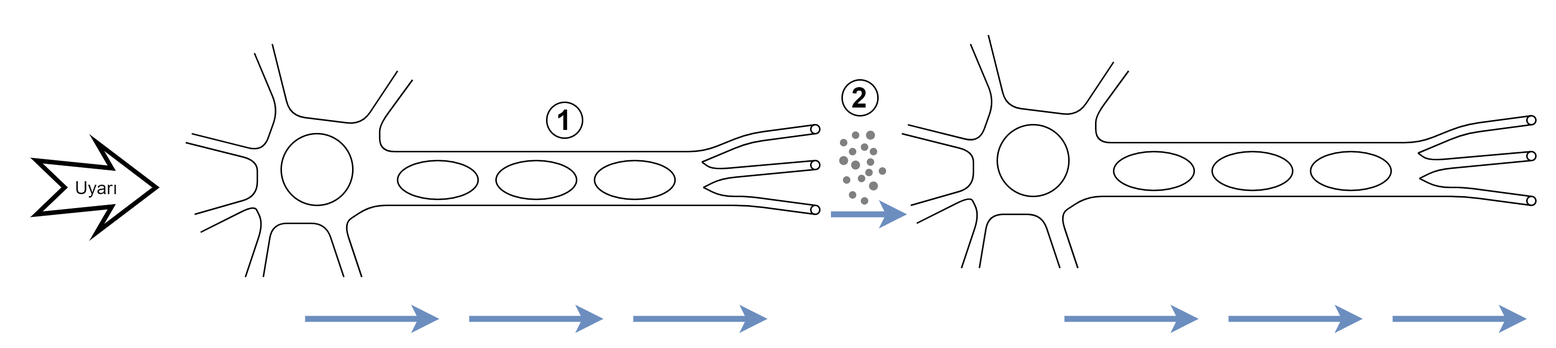
The draw.io diagram Markdown/1. Ünite/2 Denetleyici ve Düzenleyici Sistem, Duyu Organları/resources/sinir_hucresi(sinaptik_bosluk).png in NurettinSelim/Biology-Notes, before a commit. Source tidied: cells renumbered, new cells last; positions are measured from the earlier drawing's top-left corner, leaving out a move shared by most shapes. Its diagram source:
```xml
<mxGraphModel>
  <root>
    <mxCell id="0" />
    <mxCell id="1" parent="0" />
    <mxCell id="2" style="endArrow=none;html=1;" parent="1" edge="1">
      <mxGeometry relative="1" as="geometry">
        <mxPoint x="104" y="66" as="sourcePoint" />
        <mxPoint x="146" y="12" as="targetPoint" />
        <Array as="points">
          <mxPoint x="152" y="78" />
          <mxPoint x="162" y="50" />
        </Array>
      </mxGeometry>
    </mxCell>
    <mxCell id="3" style="endArrow=none;html=1;" parent="1" edge="1">
      <mxGeometry relative="1" as="geometry">
        <mxPoint x="242" y="24" as="sourcePoint" />
        <mxPoint x="158" y="6" as="targetPoint" />
        <Array as="points">
          <mxPoint x="218" y="60" />
          <mxPoint x="170" y="54" />
        </Array>
      </mxGeometry>
    </mxCell>
    <mxCell id="4" style="endArrow=none;html=1;" parent="1" edge="1">
      <mxGeometry relative="1" as="geometry">
        <mxPoint x="434" y="78" as="sourcePoint" />
        <mxPoint x="252" y="30" as="targetPoint" />
        <Array as="points">
          <mxPoint x="230" y="78" />
          <mxPoint x="230" y="60" />
        </Array>
      </mxGeometry>
    </mxCell>
    <mxCell id="5" style="endArrow=none;html=1;" parent="1" edge="1">
      <mxGeometry relative="1" as="geometry">
        <mxPoint x="106" y="120" as="sourcePoint" />
        <mxPoint x="100" y="72" as="targetPoint" />
        <Array as="points">
          <mxPoint x="148" y="108" />
          <mxPoint x="148" y="84" />
        </Array>
      </mxGeometry>
    </mxCell>
    <mxCell id="6" style="endArrow=none;html=1;" parent="1" edge="1">
      <mxGeometry relative="1" as="geometry">
        <mxPoint x="140" y="162" as="sourcePoint" />
        <mxPoint x="110" y="132" as="targetPoint" />
        <Array as="points">
          <mxPoint x="152" y="126" />
          <mxPoint x="146" y="114" />
        </Array>
      </mxGeometry>
    </mxCell>
    <mxCell id="7" style="endArrow=none;html=1;" parent="1" edge="1">
      <mxGeometry relative="1" as="geometry">
        <mxPoint x="206" y="162" as="sourcePoint" />
        <mxPoint x="152" y="162" as="targetPoint" />
        <Array as="points">
          <mxPoint x="194" y="126" />
          <mxPoint x="158" y="126" />
        </Array>
      </mxGeometry>
    </mxCell>
    <mxCell id="8" style="endArrow=none;html=1;" parent="1" edge="1">
      <mxGeometry relative="1" as="geometry">
        <mxPoint x="470" y="114" as="sourcePoint" />
        <mxPoint x="218" y="162" as="targetPoint" />
        <Array as="points">
          <mxPoint x="224" y="114" />
          <mxPoint x="206" y="126" />
        </Array>
      </mxGeometry>
    </mxCell>
    <mxCell id="9" style="ellipse;whiteSpace=wrap;html=1;fillColor=none;" parent="1" vertex="1">
      <mxGeometry x="164" y="66" width="48" height="48" as="geometry" />
    </mxCell>
    <mxCell id="10" style="ellipse;whiteSpace=wrap;html=1;fillColor=none;" parent="1" vertex="1">
      <mxGeometry x="242" y="84" width="54" height="26" as="geometry" />
    </mxCell>
    <mxCell id="11" style="ellipse;whiteSpace=wrap;html=1;fillColor=none;" parent="1" vertex="1">
      <mxGeometry x="308" y="84" width="54" height="26" as="geometry" />
    </mxCell>
    <mxCell id="12" style="ellipse;whiteSpace=wrap;html=1;fillColor=none;" parent="1" vertex="1">
      <mxGeometry x="374" y="84" width="54" height="26" as="geometry" />
    </mxCell>
    <mxCell id="13" style="endArrow=none;html=1;entryX=0.5;entryY=0;entryDx=0;entryDy=0;" parent="1" edge="1" target="21">
      <mxGeometry relative="1" as="geometry">
        <mxPoint x="418" y="78" as="sourcePoint" />
        <Array as="points">
          <mxPoint x="447" y="78" />
          <mxPoint x="477" y="66" />
        </Array>
      </mxGeometry>
    </mxCell>
    <mxCell id="14" style="endArrow=none;html=1;entryX=0.5;entryY=1;entryDx=0;entryDy=0;" parent="1" edge="1" target="21">
      <mxGeometry relative="1" as="geometry">
        <mxPoint x="446" y="85" as="sourcePoint" />
        <Array as="points">
          <mxPoint x="477" y="72" />
        </Array>
      </mxGeometry>
    </mxCell>
    <mxCell id="15" style="endArrow=none;html=1;entryX=0.5;entryY=0;entryDx=0;entryDy=0;" parent="1" edge="1" target="20">
      <mxGeometry relative="1" as="geometry">
        <mxPoint x="446" y="85" as="sourcePoint" />
        <Array as="points">
          <mxPoint x="453" y="90" />
        </Array>
      </mxGeometry>
    </mxCell>
    <mxCell id="16" style="endArrow=none;html=1;entryX=0.5;entryY=1;entryDx=0;entryDy=0;" parent="1" edge="1" target="20">
      <mxGeometry relative="1" as="geometry">
        <mxPoint x="447" y="102" as="sourcePoint" />
        <Array as="points">
          <mxPoint x="459" y="96" />
        </Array>
      </mxGeometry>
    </mxCell>
    <mxCell id="17" style="endArrow=none;html=1;entryX=0.5;entryY=1;entryDx=0;entryDy=0;" parent="1" edge="1" target="19">
      <mxGeometry relative="1" as="geometry">
        <mxPoint x="429" y="114" as="sourcePoint" />
        <Array as="points">
          <mxPoint x="447" y="114" />
          <mxPoint x="477" y="114" />
        </Array>
      </mxGeometry>
    </mxCell>
    <mxCell id="18" style="endArrow=none;html=1;entryX=0.5;entryY=0;entryDx=0;entryDy=0;" parent="1" edge="1" target="19">
      <mxGeometry relative="1" as="geometry">
        <mxPoint x="447" y="102" as="sourcePoint" />
        <Array as="points">
          <mxPoint x="459" y="108" />
          <mxPoint x="477" y="108" />
        </Array>
      </mxGeometry>
    </mxCell>
    <mxCell id="19" style="ellipse;whiteSpace=wrap;html=1;fillColor=none;" parent="1" vertex="1">
      <mxGeometry x="519" y="114" width="6" height="6" as="geometry" />
    </mxCell>
    <mxCell id="20" style="ellipse;whiteSpace=wrap;html=1;fillColor=none;" parent="1" vertex="1">
      <mxGeometry x="519" y="84" width="6" height="6" as="geometry" />
    </mxCell>
    <mxCell id="21" style="ellipse;whiteSpace=wrap;html=1;fillColor=none;" parent="1" vertex="1">
      <mxGeometry x="519" y="60" width="6" height="6" as="geometry" />
    </mxCell>
    <mxCell id="22" style="endArrow=none;html=1;" parent="1" edge="1">
      <mxGeometry relative="1" as="geometry">
        <mxPoint x="584" y="60" as="sourcePoint" />
        <mxPoint x="626" y="6" as="targetPoint" />
        <Array as="points">
          <mxPoint x="632" y="72" />
          <mxPoint x="642" y="44" />
        </Array>
      </mxGeometry>
    </mxCell>
    <mxCell id="23" style="endArrow=none;html=1;" parent="1" edge="1">
      <mxGeometry relative="1" as="geometry">
        <mxPoint x="722" y="18" as="sourcePoint" />
        <mxPoint x="638" as="targetPoint" />
        <Array as="points">
          <mxPoint x="698" y="54" />
          <mxPoint x="650" y="48" />
        </Array>
      </mxGeometry>
    </mxCell>
    <mxCell id="24" style="endArrow=none;html=1;" parent="1" edge="1">
      <mxGeometry relative="1" as="geometry">
        <mxPoint x="914" y="72" as="sourcePoint" />
        <mxPoint x="732" y="24" as="targetPoint" />
        <Array as="points">
          <mxPoint x="710" y="72" />
          <mxPoint x="710" y="54" />
        </Array>
      </mxGeometry>
    </mxCell>
    <mxCell id="25" style="endArrow=none;html=1;" parent="1" edge="1">
      <mxGeometry relative="1" as="geometry">
        <mxPoint x="586" y="114" as="sourcePoint" />
        <mxPoint x="580" y="66" as="targetPoint" />
        <Array as="points">
          <mxPoint x="628" y="102" />
          <mxPoint x="628" y="78" />
        </Array>
      </mxGeometry>
    </mxCell>
    <mxCell id="26" style="endArrow=none;html=1;" parent="1" edge="1">
      <mxGeometry relative="1" as="geometry">
        <mxPoint x="620" y="156" as="sourcePoint" />
        <mxPoint x="590" y="126" as="targetPoint" />
        <Array as="points">
          <mxPoint x="632" y="120" />
          <mxPoint x="626" y="108" />
        </Array>
      </mxGeometry>
    </mxCell>
    <mxCell id="27" style="endArrow=none;html=1;" parent="1" edge="1">
      <mxGeometry relative="1" as="geometry">
        <mxPoint x="686" y="156" as="sourcePoint" />
        <mxPoint x="632" y="156" as="targetPoint" />
        <Array as="points">
          <mxPoint x="674" y="120" />
          <mxPoint x="638" y="120" />
        </Array>
      </mxGeometry>
    </mxCell>
    <mxCell id="28" style="endArrow=none;html=1;" parent="1" edge="1">
      <mxGeometry relative="1" as="geometry">
        <mxPoint x="950" y="108" as="sourcePoint" />
        <mxPoint x="698" y="156" as="targetPoint" />
        <Array as="points">
          <mxPoint x="704" y="108" />
          <mxPoint x="686" y="120" />
        </Array>
      </mxGeometry>
    </mxCell>
    <mxCell id="29" style="ellipse;whiteSpace=wrap;html=1;fillColor=none;" parent="1" vertex="1">
      <mxGeometry x="644" y="60" width="48" height="48" as="geometry" />
    </mxCell>
    <mxCell id="30" style="ellipse;whiteSpace=wrap;html=1;fillColor=none;" parent="1" vertex="1">
      <mxGeometry x="722" y="78" width="54" height="26" as="geometry" />
    </mxCell>
    <mxCell id="31" style="ellipse;whiteSpace=wrap;html=1;fillColor=none;" parent="1" vertex="1">
      <mxGeometry x="788" y="78" width="54" height="26" as="geometry" />
    </mxCell>
    <mxCell id="32" style="ellipse;whiteSpace=wrap;html=1;fillColor=none;" parent="1" vertex="1">
      <mxGeometry x="854" y="78" width="54" height="26" as="geometry" />
    </mxCell>
    <mxCell id="33" style="endArrow=none;html=1;entryX=0.5;entryY=0;entryDx=0;entryDy=0;" parent="1" edge="1" target="41">
      <mxGeometry relative="1" as="geometry">
        <mxPoint x="898" y="72" as="sourcePoint" />
        <Array as="points">
          <mxPoint x="927" y="72" />
          <mxPoint x="957" y="60" />
        </Array>
      </mxGeometry>
    </mxCell>
    <mxCell id="34" style="endArrow=none;html=1;entryX=0.5;entryY=1;entryDx=0;entryDy=0;" parent="1" edge="1" target="41">
      <mxGeometry relative="1" as="geometry">
        <mxPoint x="926" y="79" as="sourcePoint" />
        <Array as="points">
          <mxPoint x="957" y="66" />
        </Array>
      </mxGeometry>
    </mxCell>
    <mxCell id="35" style="endArrow=none;html=1;entryX=0.5;entryY=0;entryDx=0;entryDy=0;" parent="1" edge="1" target="40">
      <mxGeometry relative="1" as="geometry">
        <mxPoint x="926" y="79" as="sourcePoint" />
        <Array as="points">
          <mxPoint x="933" y="84" />
        </Array>
      </mxGeometry>
    </mxCell>
    <mxCell id="36" style="endArrow=none;html=1;entryX=0.5;entryY=1;entryDx=0;entryDy=0;" parent="1" edge="1" target="40">
      <mxGeometry relative="1" as="geometry">
        <mxPoint x="927" y="96" as="sourcePoint" />
        <Array as="points">
          <mxPoint x="939" y="90" />
        </Array>
      </mxGeometry>
    </mxCell>
    <mxCell id="37" style="endArrow=none;html=1;entryX=0.5;entryY=1;entryDx=0;entryDy=0;" parent="1" edge="1" target="39">
      <mxGeometry relative="1" as="geometry">
        <mxPoint x="909" y="108" as="sourcePoint" />
        <Array as="points">
          <mxPoint x="927" y="108" />
          <mxPoint x="957" y="108" />
        </Array>
      </mxGeometry>
    </mxCell>
    <mxCell id="38" style="endArrow=none;html=1;entryX=0.5;entryY=0;entryDx=0;entryDy=0;" parent="1" edge="1" target="39">
      <mxGeometry relative="1" as="geometry">
        <mxPoint x="927" y="96" as="sourcePoint" />
        <Array as="points">
          <mxPoint x="939" y="102" />
          <mxPoint x="957" y="102" />
        </Array>
      </mxGeometry>
    </mxCell>
    <mxCell id="39" style="ellipse;whiteSpace=wrap;html=1;fillColor=none;" parent="1" vertex="1">
      <mxGeometry x="999" y="108" width="6" height="6" as="geometry" />
    </mxCell>
    <mxCell id="40" style="ellipse;whiteSpace=wrap;html=1;fillColor=none;" parent="1" vertex="1">
      <mxGeometry x="999" y="78" width="6" height="6" as="geometry" />
    </mxCell>
    <mxCell id="41" style="ellipse;whiteSpace=wrap;html=1;fillColor=none;" parent="1" vertex="1">
      <mxGeometry x="999" y="54" width="6" height="6" as="geometry" />
    </mxCell>
    <mxCell id="42" style="shape=ellipse;html=1;strokeColor=#FFFFFF;fillColor=#808080;" parent="1" vertex="1">
      <mxGeometry x="544" y="75" width="6" height="6" as="geometry" />
    </mxCell>
    <mxCell id="43" style="shape=ellipse;html=1;strokeColor=#FFFFFF;fillColor=#808080;" parent="1" vertex="1">
      <mxGeometry x="546" y="64" width="6" height="6" as="geometry" />
    </mxCell>
    <mxCell id="44" style="shape=ellipse;html=1;strokeColor=#FFFFFF;fillColor=#808080;" parent="1" vertex="1">
      <mxGeometry x="552" y="72" width="6" height="6" as="geometry" />
    </mxCell>
    <mxCell id="45" style="shape=ellipse;html=1;fillColor=#808080;strokeColor=none;" parent="1" vertex="1">
      <mxGeometry x="556" y="64" width="6" height="6" as="geometry" />
    </mxCell>
    <mxCell id="46" style="shape=ellipse;html=1;strokeColor=#FFFFFF;fillColor=#808080;" parent="1" vertex="1">
      <mxGeometry x="552" y="108" width="6" height="6" as="geometry" />
    </mxCell>
    <mxCell id="47" style="shape=ellipse;html=1;strokeColor=#FFFFFF;fillColor=#808080;" parent="1" vertex="1">
      <mxGeometry x="556" y="82" width="6" height="6" as="geometry" />
    </mxCell>
    <mxCell id="48" style="shape=ellipse;html=1;strokeColor=#FFFFFF;fillColor=#808080;" parent="1" vertex="1">
      <mxGeometry x="564" y="88" width="6" height="6" as="geometry" />
    </mxCell>
    <mxCell id="49" style="shape=ellipse;html=1;fillColor=#808080;strokeColor=none;" parent="1" vertex="1">
      <mxGeometry x="558" y="98" width="6" height="6" as="geometry" />
    </mxCell>
    <mxCell id="50" style="shape=ellipse;html=1;strokeColor=#FFFFFF;fillColor=#808080;" parent="1" vertex="1">
      <mxGeometry x="555" y="89" width="6" height="6" as="geometry" />
    </mxCell>
    <mxCell id="51" style="shape=ellipse;html=1;strokeColor=#FFFFFF;fillColor=#808080;" parent="1" vertex="1">
      <mxGeometry x="538" y="69" width="6" height="6" as="geometry" />
    </mxCell>
    <mxCell id="52" style="shape=ellipse;html=1;strokeColor=#FFFFFF;fillColor=#808080;" parent="1" vertex="1">
      <mxGeometry x="558" y="75" width="6" height="6" as="geometry" />
    </mxCell>
    <mxCell id="53" style="shape=ellipse;html=1;fillColor=#808080;strokeColor=none;" parent="1" vertex="1">
      <mxGeometry x="538" y="81" width="6" height="6" as="geometry" />
    </mxCell>
    <mxCell id="54" style="shape=ellipse;html=1;strokeColor=#FFFFFF;fillColor=#808080;" parent="1" vertex="1">
      <mxGeometry x="544" y="104" width="6" height="6" as="geometry" />
    </mxCell>
    <mxCell id="55" style="shape=ellipse;html=1;strokeColor=#FFFFFF;fillColor=#808080;" parent="1" vertex="1">
      <mxGeometry x="540" y="94" width="6" height="6" as="geometry" />
    </mxCell>
    <mxCell id="56" style="shape=ellipse;html=1;strokeColor=#FFFFFF;fillColor=#808080;" parent="1" vertex="1">
      <mxGeometry x="550" y="93" width="6" height="6" as="geometry" />
    </mxCell>
    <mxCell id="57" style="shape=ellipse;html=1;fillColor=#808080;strokeColor=none;" parent="1" vertex="1">
      <mxGeometry x="546" y="84" width="6" height="6" as="geometry" />
    </mxCell>
    <mxCell id="58" value="Uyarı" style="html=1;shadow=0;dashed=0;align=center;verticalAlign=middle;shape=mxgraph.arrows2.stylisedArrow;dy=0.57;dx=29.6;notch=18.8;feather=0.4;strokeColor=#000000;fillColor=none;strokeWidth=3;" parent="1" vertex="1">
      <mxGeometry y="72" width="80" height="60" as="geometry" />
    </mxCell>
    <mxCell id="59" style="endArrow=classic;html=1;strokeWidth=4;fillColor=#dae8fc;strokeColor=#6c8ebf;" parent="1" edge="1">
      <mxGeometry relative="1" as="geometry">
        <mxPoint x="180" y="190" as="sourcePoint" />
        <mxPoint x="270" y="190" as="targetPoint" />
      </mxGeometry>
    </mxCell>
    <mxCell id="60" style="endArrow=classic;html=1;strokeWidth=4;fillColor=#dae8fc;strokeColor=#6c8ebf;" parent="1" edge="1">
      <mxGeometry relative="1" as="geometry">
        <mxPoint x="290" y="190" as="sourcePoint" />
        <mxPoint x="380" y="190" as="targetPoint" />
      </mxGeometry>
    </mxCell>
    <mxCell id="61" style="endArrow=classic;html=1;strokeWidth=4;fillColor=#dae8fc;strokeColor=#6c8ebf;" parent="1" edge="1">
      <mxGeometry relative="1" as="geometry">
        <mxPoint x="400" y="190" as="sourcePoint" />
        <mxPoint x="490" y="190" as="targetPoint" />
      </mxGeometry>
    </mxCell>
    <mxCell id="62" style="endArrow=classic;html=1;strokeWidth=4;fillColor=#dae8fc;strokeColor=#6c8ebf;" parent="1" edge="1">
      <mxGeometry relative="1" as="geometry">
        <mxPoint x="532.5" y="120" as="sourcePoint" />
        <mxPoint x="583.5" y="120" as="targetPoint" />
      </mxGeometry>
    </mxCell>
    <mxCell id="63" value="2" style="ellipse;whiteSpace=wrap;html=1;strokeColor=#000000;strokeWidth=1;fillColor=none;fontSize=19;fontStyle=1;" parent="1" vertex="1">
      <mxGeometry x="540" y="30" width="24" height="24" as="geometry" />
    </mxCell>
    <mxCell id="64" value="1" style="ellipse;whiteSpace=wrap;html=1;strokeColor=#000000;strokeWidth=1;fillColor=none;fontSize=19;fontStyle=1;" parent="1" vertex="1">
      <mxGeometry x="342" y="45" width="24" height="24" as="geometry" />
    </mxCell>
    <mxCell id="65" style="endArrow=classic;html=1;strokeWidth=4;fillColor=#dae8fc;strokeColor=#6c8ebf;" parent="1" edge="1">
      <mxGeometry relative="1" as="geometry">
        <mxPoint x="689" y="190" as="sourcePoint" />
        <mxPoint x="779" y="190" as="targetPoint" />
      </mxGeometry>
    </mxCell>
    <mxCell id="66" style="endArrow=classic;html=1;strokeWidth=4;fillColor=#dae8fc;strokeColor=#6c8ebf;" parent="1" edge="1">
      <mxGeometry relative="1" as="geometry">
        <mxPoint x="799" y="190" as="sourcePoint" />
        <mxPoint x="889" y="190" as="targetPoint" />
      </mxGeometry>
    </mxCell>
    <mxCell id="67" style="endArrow=classic;html=1;strokeWidth=4;fillColor=#dae8fc;strokeColor=#6c8ebf;" parent="1" edge="1">
      <mxGeometry relative="1" as="geometry">
        <mxPoint x="909" y="190" as="sourcePoint" />
        <mxPoint x="999" y="190" as="targetPoint" />
      </mxGeometry>
    </mxCell>
  </root>
</mxGraphModel>
```
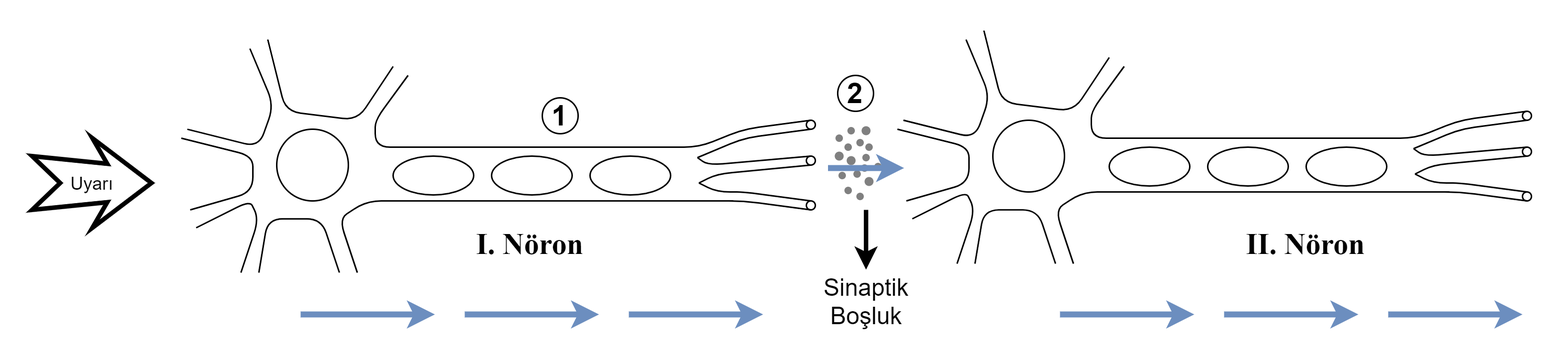
After the change.

Change to the diagram source:
```diff
@@ -357,8 +357,8 @@
     </mxCell>
     <mxCell id="62" style="endArrow=classic;html=1;strokeWidth=4;fillColor=#dae8fc;strokeColor=#6c8ebf;" parent="1" edge="1">
       <mxGeometry relative="1" as="geometry">
-        <mxPoint x="532.5" y="120" as="sourcePoint" />
-        <mxPoint x="583.5" y="120" as="targetPoint" />
+        <mxPoint x="533.5" y="92" as="sourcePoint" />
+        <mxPoint x="584.5" y="92" as="targetPoint" />
       </mxGeometry>
     </mxCell>
     <mxCell id="63" value="2" style="ellipse;whiteSpace=wrap;html=1;strokeColor=#000000;strokeWidth=1;fillColor=none;fontSize=19;fontStyle=1;" parent="1" vertex="1">
@@ -385,5 +385,19 @@
         <mxPoint x="999" y="190" as="targetPoint" />
       </mxGeometry>
     </mxCell>
+    <mxCell id="68" value="&lt;font face=&quot;Times New Roman&quot; style=&quot;font-size: 20px&quot;&gt;&lt;b&gt;I. Nöron&lt;/b&gt;&lt;/font&gt;" style="text;html=1;strokeColor=none;fillColor=none;align=center;verticalAlign=middle;whiteSpace=wrap;rounded=0;" parent="1" vertex="1">
+      <mxGeometry x="268" y="132" width="132" height="20" as="geometry" />
+    </mxCell>
+    <mxCell id="69" value="&lt;font face=&quot;Times New Roman&quot; style=&quot;font-size: 20px&quot;&gt;&lt;b&gt;II. Nöron&lt;/b&gt;&lt;/font&gt;" style="text;html=1;strokeColor=none;fillColor=none;align=center;verticalAlign=middle;whiteSpace=wrap;rounded=0;" parent="1" vertex="1">
+      <mxGeometry x="788" y="132" width="132" height="20" as="geometry" />
+    </mxCell>
+    <mxCell id="70" value="Sinaptik&lt;br style=&quot;font-size: 16px;&quot;&gt;Boşluk" style="text;html=1;strokeColor=none;fillColor=none;align=center;verticalAlign=middle;whiteSpace=wrap;rounded=0;fontSize=16;" parent="1" vertex="1">
+      <mxGeometry x="526.5" y="160" width="65" height="42" as="geometry" />
+    </mxCell>
+    <mxCell id="71" style="endArrow=classic;html=1;fontSize=18;entryX=0.5;entryY=0;entryDx=0;entryDy=0;strokeWidth=3;" parent="1" edge="1" target="70">
+      <mxGeometry relative="1" as="geometry">
+        <mxPoint x="559" y="120" as="sourcePoint" />
+      </mxGeometry>
+    </mxCell>
   </root>
 </mxGraphModel>
```
